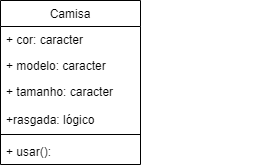
Bruno076/ProgOO keeps this draw.io diagram as Untitled Diagram.png. Above is the earlier version. Source tidied: cells renumbered, new cells last; positions are measured from the earlier drawing's top-left corner, leaving out a move shared by most shapes.
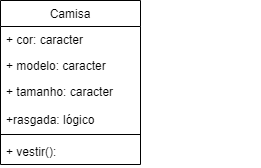
Later version of the same file.

Diff of the diagram source:
```diff
@@ -17,7 +17,7 @@
     <mxCell id="6" style="line;strokeWidth=1;fillColor=none;align=left;verticalAlign=middle;spacingTop=-1;spacingLeft=3;spacingRight=3;labelPosition=right;" parent="2" vertex="1">
       <mxGeometry y="130" width="140" height="8" as="geometry" />
     </mxCell>
-    <mxCell id="7" value="+ usar():" style="text;strokeColor=none;fillColor=none;align=left;verticalAlign=top;spacingLeft=4;spacingRight=4;overflow=hidden;" parent="2" vertex="1">
+    <mxCell id="7" value="+ vestir():" style="text;strokeColor=none;fillColor=none;align=left;verticalAlign=top;spacingLeft=4;spacingRight=4;overflow=hidden;" parent="2" vertex="1">
       <mxGeometry y="138" width="140" height="26" as="geometry" />
     </mxCell>
     <mxCell id="8" value="&lt;span style=&quot;font-family: &amp;#34;helvetica&amp;#34; , &amp;#34;arial&amp;#34; , sans-serif ; font-size: 0px&quot;&gt;%3CmxGraphModel%3E%3Croot%3E%3CmxCell%20id%3D%220%22%2F%3E%3CmxCell%20id%3D%221%22%20parent%3D%220%22%2F%3E%3CmxCell%20id%3D%222%22%20value%3D%22%2B%20tamanho%22%20style%3D%22text%3BstrokeColor%3Dnone%3BfillColor%3Dnone%3Balign%3Dleft%3BverticalAlign%3Dtop%3BspacingLeft%3D4%3BspacingRight%3D4%3Boverflow%3Dhidden%3Brotatable%3D0%3Bpoints%3D%5B%5B0%2C0.5%5D%2C%5B1%2C0.5%5D%5D%3BportConstraint%3Deastwest%3B%22%20vertex%3D%221%22%20parent%3D%221%22%3E%3CmxGeometry%20x%3D%2220%22%20y%3D%2298%22%20width%3D%22140%22%20height%3D%2226%22%20as%3D%22geometry%22%2F%3E%3C%2FmxCell%3E%3C%2Froot%3E%3C%2FmxGraphModel%3E&lt;/span&gt;" style="text;html=1;align=left;verticalAlign=top;spacingTop=-4;" parent="1" vertex="1">
```
